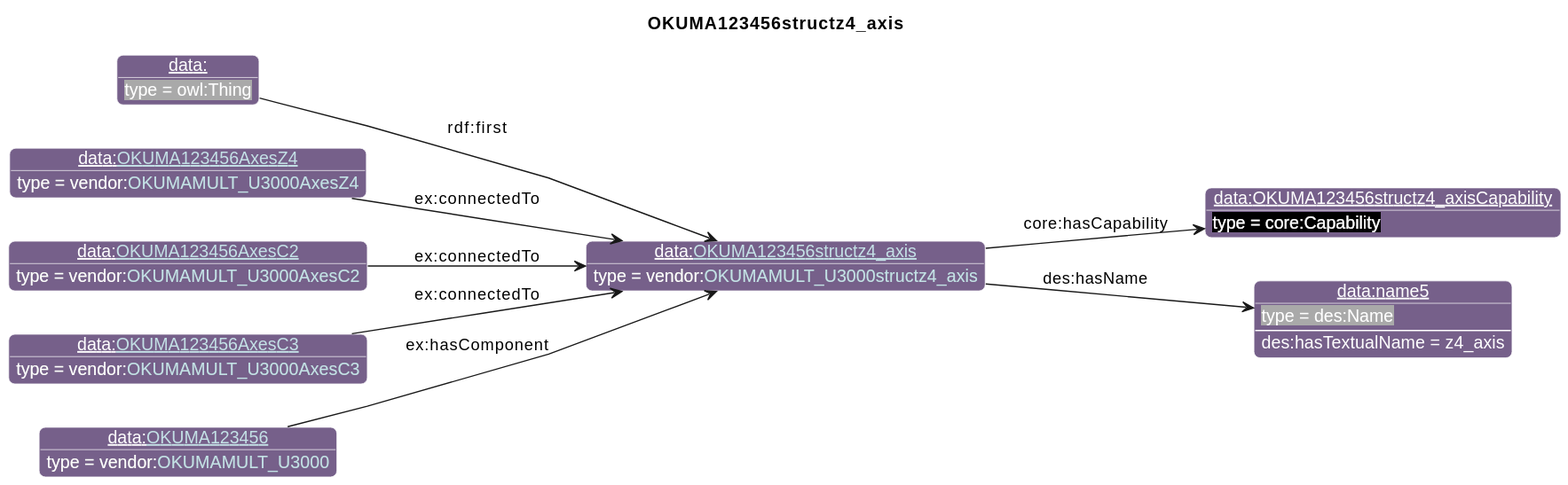
iofoundry/example-syseng-mtconnect keeps this PlantUML diagram as diagrams/OKUMA123456structz4_axis.svg. Above is the earlier version.
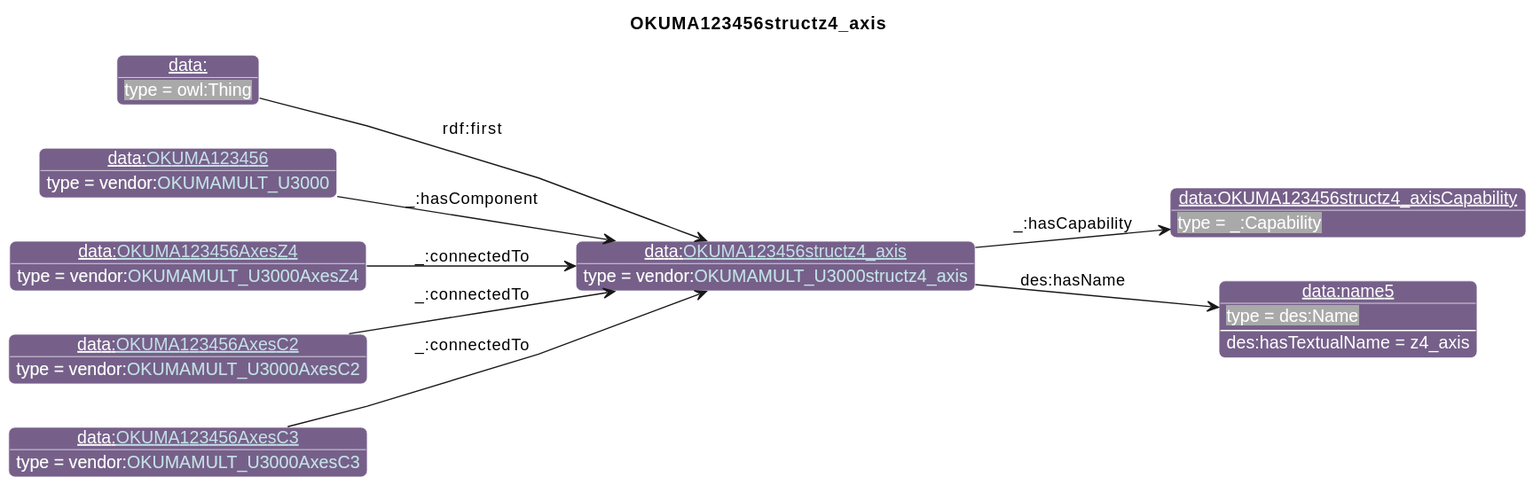
The same diagram one commit later.

What changed in the source:
```diff
@@ -26,19 +26,19 @@
                       "qp":"641B2E"
       }
 individual(o0, data:[[./OKUMA123456structz4_axis.html OKUMA123456structz4_axis]], vendor:[[../OKUMA.html#OKUMAMULT_U3000structz4_axis OKUMAMULT_U3000structz4_axis]])
-individual(o1, data:OKUMA123456structz4_axisCapability, core:Capability)
+individual(o1, data:OKUMA123456structz4_axisCapability, _:Capability)
 individual(o2, data:name5, des:Name)
 individual(o3, data:, owl:Thing)
-individual(o4, data:[[./OKUMA123456AxesZ4.html OKUMA123456AxesZ4]], vendor:[[../OKUMA.html#OKUMAMULT_U3000AxesZ4 OKUMAMULT_U3000AxesZ4]])
-individual(o5, data:[[./OKUMA123456AxesC2.html OKUMA123456AxesC2]], vendor:[[../OKUMA.html#OKUMAMULT_U3000AxesC2 OKUMAMULT_U3000AxesC2]])
-individual(o6, data:[[./OKUMA123456AxesC3.html OKUMA123456AxesC3]], vendor:[[../OKUMA.html#OKUMAMULT_U3000AxesC3 OKUMAMULT_U3000AxesC3]])
-individual(o7, data:[[./OKUMA123456.html OKUMA123456]], vendor:[[../OKUMA.html#OKUMAMULT_U3000 OKUMAMULT_U3000]])
-property(o0, "core:hasCapability", o1)
+individual(o4, data:[[./OKUMA123456.html OKUMA123456]], vendor:[[../OKUMA.html#OKUMAMULT_U3000 OKUMAMULT_U3000]])
+individual(o5, data:[[./OKUMA123456AxesZ4.html OKUMA123456AxesZ4]], vendor:[[../OKUMA.html#OKUMAMULT_U3000AxesZ4 OKUMAMULT_U3000AxesZ4]])
+individual(o6, data:[[./OKUMA123456AxesC2.html OKUMA123456AxesC2]], vendor:[[../OKUMA.html#OKUMAMULT_U3000AxesC2 OKUMAMULT_U3000AxesC2]])
+individual(o7, data:[[./OKUMA123456AxesC3.html OKUMA123456AxesC3]], vendor:[[../OKUMA.html#OKUMAMULT_U3000AxesC3 OKUMAMULT_U3000AxesC3]])
+property(o0, "_:hasCapability", o1)
 property(o0, "des:hasName", o2)
 data(o2, "des:hasTextualName", "z4_axis")
 property(o3, "rdf:first", o0)
-property(o4, "ex:connectedTo", o0)
-property(o5, "ex:connectedTo", o0)
-property(o6, "ex:connectedTo", o0)
-property(o7, "ex:hasComponent", o0)
+property(o4, "_:hasComponent", o0)
+property(o5, "_:connectedTo", o0)
+property(o6, "_:connectedTo", o0)
+property(o7, "_:connectedTo", o0)
 @enduml
```
